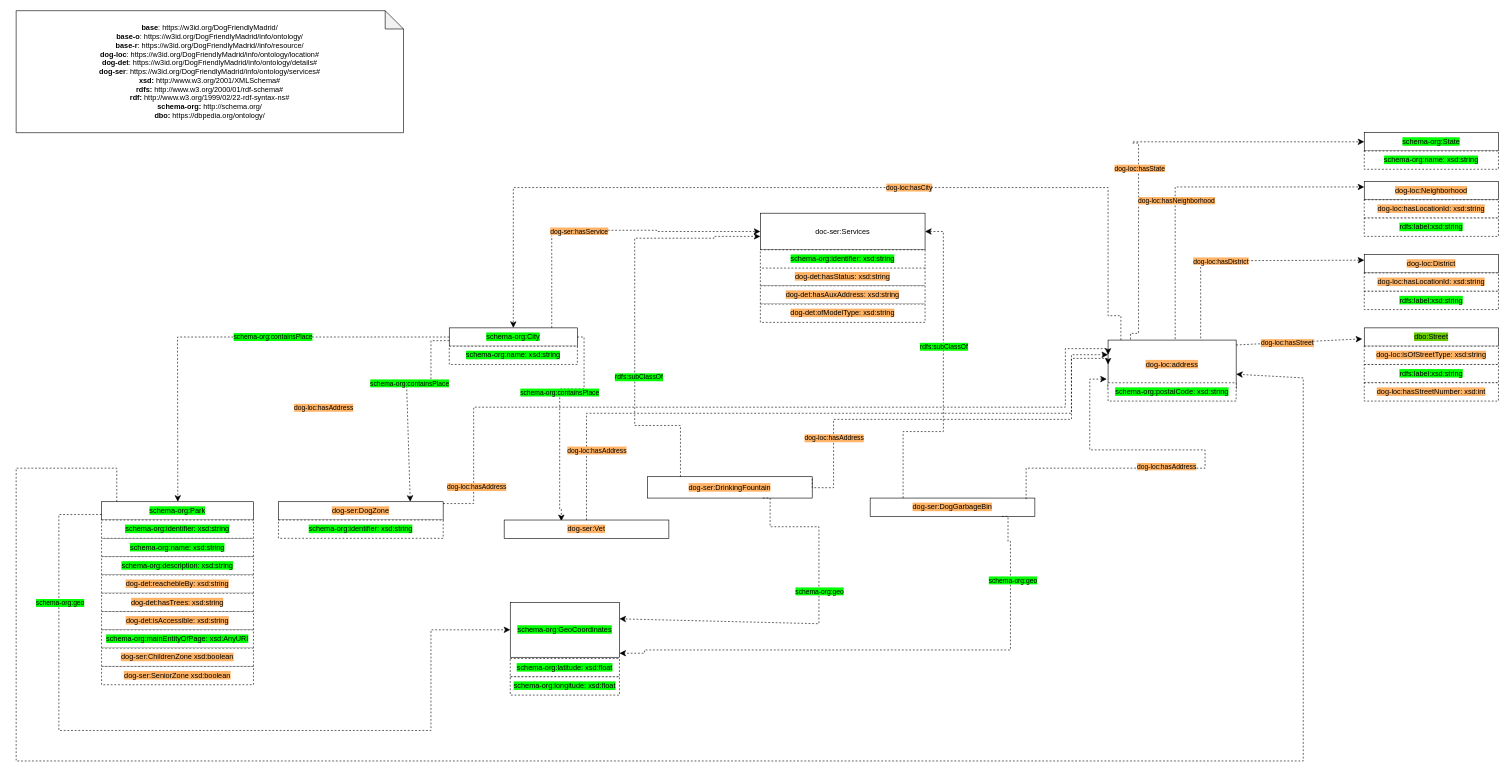
miguelangel-suarez/Curso2023-2024-DataScience keeps this draw.io diagram as HandsOn/Group03/ontology/dogfriendlyMadrid.drawio. Above is the earlier version. Source tidied: cells renumbered, new cells numbered last; positions are measured from the earlier drawing's top-left corner, leaving out a move shared by most shapes. Both pictures are drawn from the tidied source at 61%, with x=0, y=0 at pixel (16, 10).
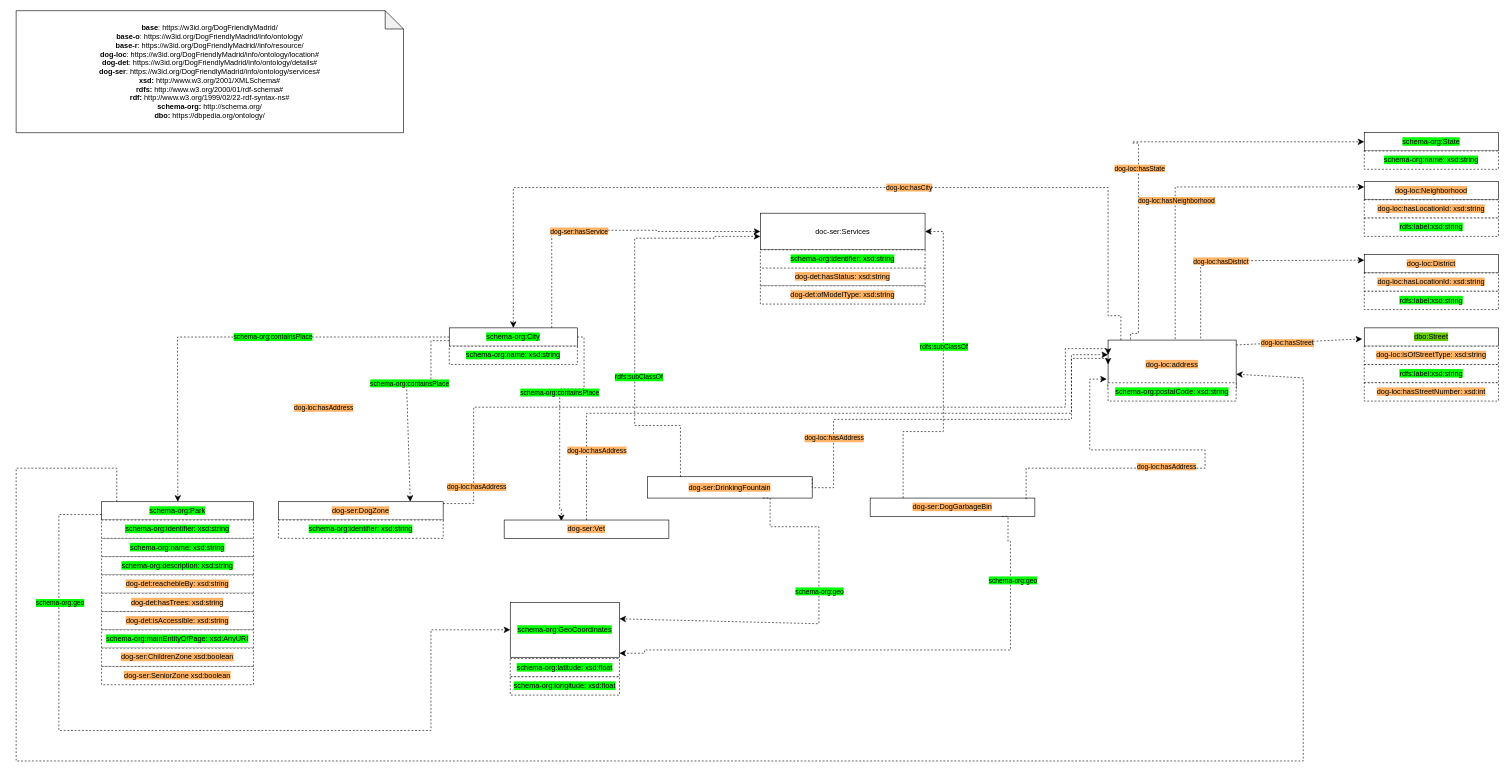
Above is the later version.

Commit message:
actualizacion ontology

Diff of the diagram source:
```diff
@@
-    <mxCell id="72" value="&lt;span style=&quot;background-color: rgb(255, 179, 102);&quot;&gt;dog-det:hasAuxAddress: xsd:string&lt;/span&gt;" style="rounded=0;whiteSpace=wrap;html=1;dashed=1;" parent="1" vertex="1">
-      <mxGeometry x="1220" y="451" width="270" height="30" as="geometry" />
-    </mxCell>
     <mxCell id="73" value="&lt;span style=&quot;background-color: rgb(255, 179, 102);&quot;&gt;dog-det:ofModelType: xsd:string&lt;/span&gt;" style="rounded=0;whiteSpace=wrap;html=1;dashed=1;" parent="1" vertex="1">
-      <mxGeometry x="1220" y="481" width="270" height="30" as="geometry" />
+      <mxGeometry x="1220" y="451" width="270" height="30" as="geometry" />
     </mxCell>
```
